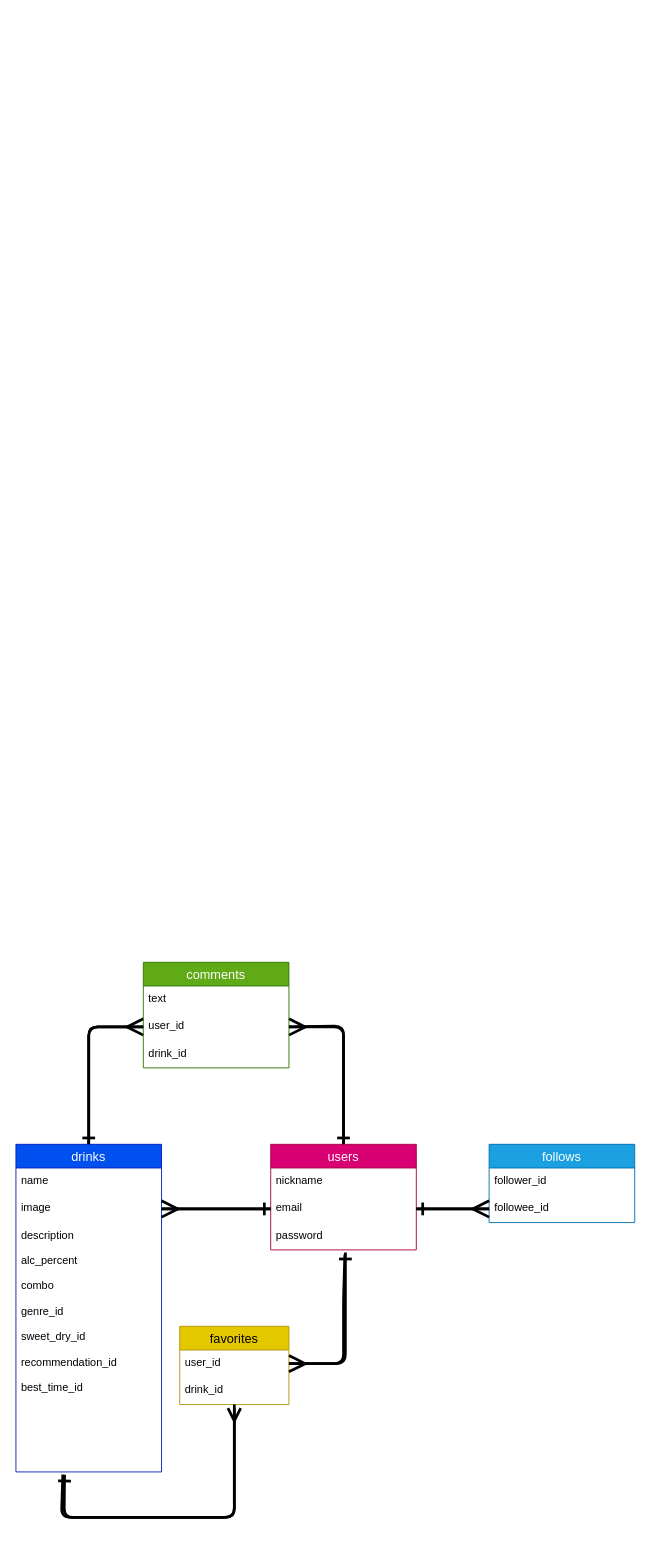
Before: test.dio in t08mac23/albeva-38766, a draw.io diagram. Source tidied: cells renumbered, new cells numbered last; positions are measured from the earlier drawing's top-left corner, leaving out a move shared by most shapes. Both pictures are drawn from the tidied source at 91%, with x=0, y=0 at pixel (15, 962).
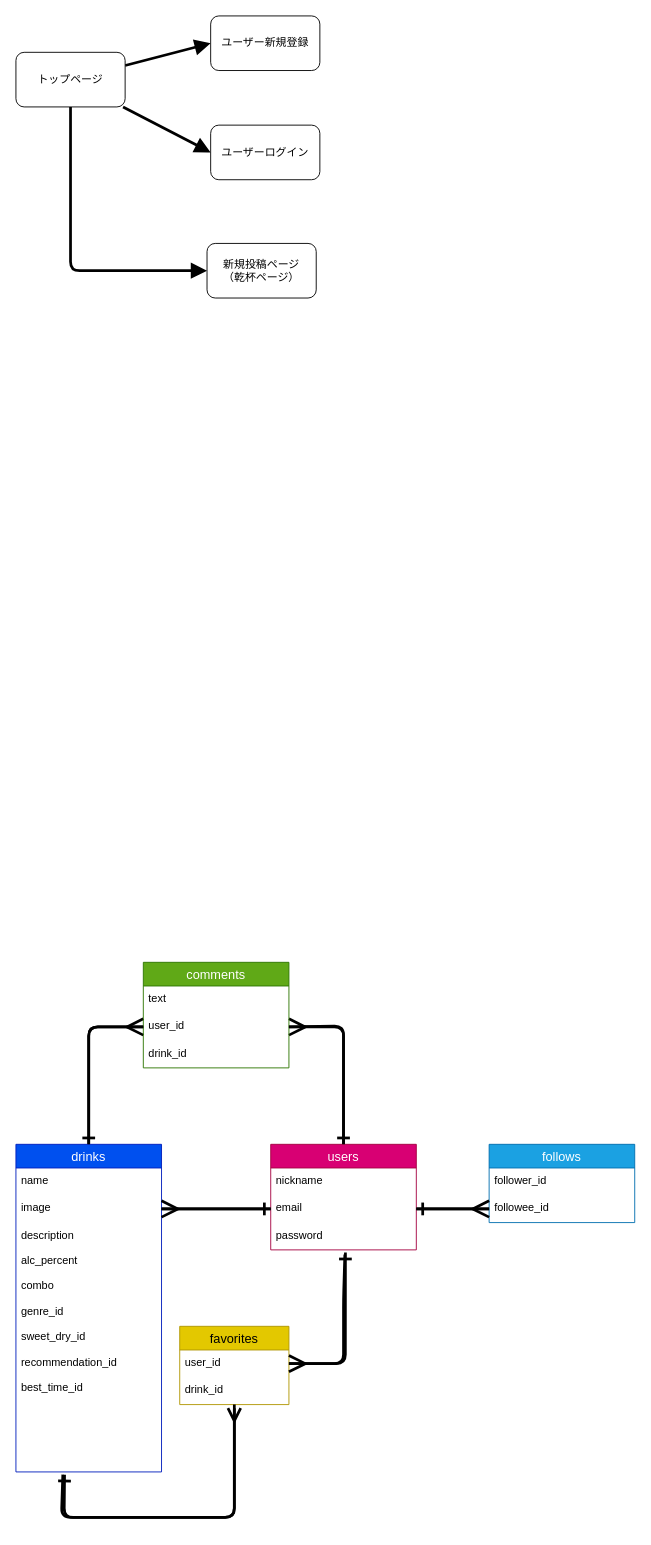
The same page after the edit.

Commit message (it also covers changes not shown here):
画面遷移図の追加

readmeの段落　修正

Diff of the diagram source:
```diff
@@
+    <mxCell id="32" style="edgeStyle=none;html=1;entryX=0;entryY=0.5;entryDx=0;entryDy=0;endArrow=block;endFill=1;startSize=6;endSize=10;sourcePerimeterSpacing=0;targetPerimeterSpacing=5;strokeWidth=3;" parent="1" edge="1" source="35" target="36">
+      <mxGeometry relative="1" as="geometry" />
+    </mxCell>
+    <mxCell id="33" style="edgeStyle=none;html=1;entryX=0;entryY=0.5;entryDx=0;entryDy=0;endArrow=block;endFill=1;startSize=6;endSize=10;sourcePerimeterSpacing=0;targetPerimeterSpacing=5;strokeWidth=3;" parent="1" edge="1" source="35" target="37">
+      <mxGeometry relative="1" as="geometry" />
+    </mxCell>
+    <mxCell id="34" style="edgeStyle=none;html=1;entryX=0;entryY=0.5;entryDx=0;entryDy=0;endArrow=block;endFill=1;startSize=6;endSize=10;sourcePerimeterSpacing=0;targetPerimeterSpacing=5;strokeWidth=3;" parent="1" edge="1" source="35" target="38">
+      <mxGeometry relative="1" as="geometry">
+        <Array as="points">
+          <mxPoint x="60" y="-760" />
+        </Array>
+      </mxGeometry>
+    </mxCell>
+    <mxCell id="35" value="トップページ" style="rounded=1;whiteSpace=wrap;html=1;" parent="1" vertex="1">
+      <mxGeometry y="-1000" width="120" height="60" as="geometry" />
+    </mxCell>
+    <mxCell id="36" value="ユーザー新規登録" style="rounded=1;whiteSpace=wrap;html=1;" parent="1" vertex="1">
+      <mxGeometry x="214" y="-1040" width="120" height="60" as="geometry" />
+    </mxCell>
+    <mxCell id="37" value="ユーザーログイン" style="rounded=1;whiteSpace=wrap;html=1;" parent="1" vertex="1">
+      <mxGeometry x="214" y="-920" width="120" height="60" as="geometry" />
+    </mxCell>
+    <mxCell id="38" value="新規投稿ページ&lt;br&gt;（乾杯ページ）" style="rounded=1;whiteSpace=wrap;html=1;" parent="1" vertex="1">
+      <mxGeometry x="210" y="-790" width="120" height="60" as="geometry" />
+    </mxCell>
```
